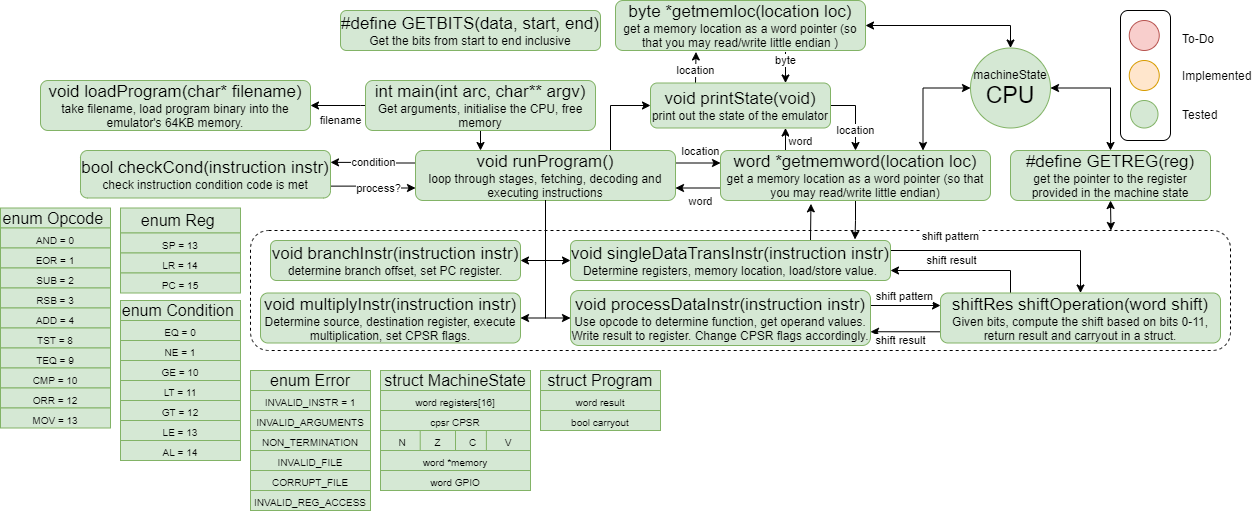
The draw.io diagram doc/img/project status.png in OliverKillane/Arm-11-Group-Project, before a commit. Source tidied: cells renumbered, new cells last; positions are measured from the earlier drawing's top-left corner, leaving out a move shared by most shapes.
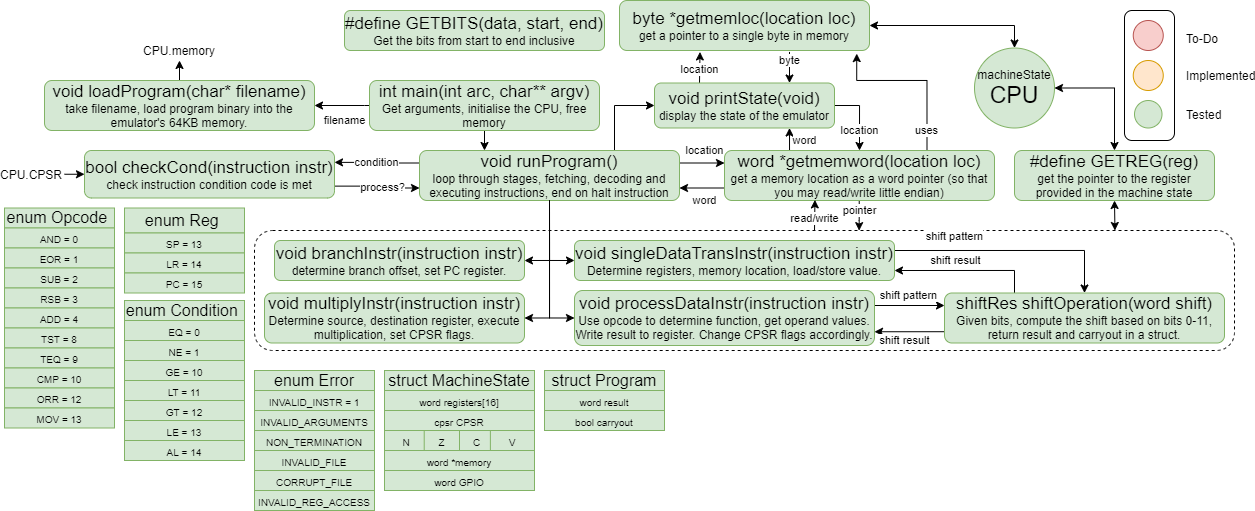
The same diagram one commit later.

Commit message:
Updated diagram, added a new lesson learnt to section 1

The edit, as a diff of the source:
```diff
@@ -18,6 +18,9 @@
     <mxCell id="5" value="&lt;font style=&quot;font-size: 17px&quot;&gt;int main(int arc, char** argv)&lt;/font&gt;&lt;br&gt;Get arguments, initialise the CPU, free memory" style="rounded=1;whiteSpace=wrap;html=1;fillColor=#d5e8d4;strokeColor=#82b366;" parent="1" vertex="1">
       <mxGeometry x="365" y="80" width="230" height="50" as="geometry" />
     </mxCell>
+    <mxCell id="100" style="edgeStyle=orthogonalEdgeStyle;rounded=0;jettySize=auto;html=1;exitX=0.5;exitY=0;exitDx=0;exitDy=0;entryX=0.5;entryY=1;entryDx=0;entryDy=0;align=right;" parent="1" edge="1" source="6" target="104">
+      <mxGeometry relative="1" as="geometry" />
+    </mxCell>
     <mxCell id="6" value="&lt;font style=&quot;font-size: 17px&quot;&gt;void loadProgram(char* filename)&lt;/font&gt;&lt;br&gt;take filename, load program binary into the emulator's 64KB memory." style="rounded=1;whiteSpace=wrap;html=1;fillColor=#d5e8d4;strokeColor=#82b366;" parent="1" vertex="1">
       <mxGeometry x="40" y="80" width="270" height="50" as="geometry" />
     </mxCell>
@@ -32,12 +35,15 @@
         <mxPoint y="1" as="offset" />
       </mxGeometry>
     </mxCell>
-    <mxCell id="10" value="&lt;font style=&quot;font-size: 17px&quot;&gt;void runProgram()&lt;/font&gt;&lt;br&gt;loop through stages, fetching, decoding and executing instructions" style="rounded=1;whiteSpace=wrap;html=1;fillColor=#d5e8d4;strokeColor=#82b366;" parent="1" vertex="1">
+    <mxCell id="10" value="&lt;font style=&quot;font-size: 17px&quot;&gt;void runProgram()&lt;/font&gt;&lt;br&gt;loop through stages, fetching, decoding and executing instructions, end on halt instruction" style="rounded=1;whiteSpace=wrap;html=1;fillColor=#d5e8d4;strokeColor=#82b366;" parent="1" vertex="1">
       <mxGeometry x="415" y="150" width="260" height="50" as="geometry" />
     </mxCell>
     <mxCell id="11" value="process?" style="edgeStyle=orthogonalEdgeStyle;rounded=0;jettySize=auto;html=1;exitX=1;exitY=0.75;exitDx=0;exitDy=0;startArrow=none;startFill=0;entryX=0;entryY=0.75;entryDx=0;entryDy=0;" parent="1" edge="1" source="12" target="10">
       <mxGeometry x="0.15" relative="1" as="geometry" />
     </mxCell>
+    <mxCell id="101" style="edgeStyle=orthogonalEdgeStyle;rounded=0;jettySize=auto;html=1;exitX=0;exitY=0.5;exitDx=0;exitDy=0;entryX=1;entryY=0.5;entryDx=0;entryDy=0;align=right;startArrow=classic;startFill=1;endArrow=none;endFill=0;" parent="1" edge="1" source="12" target="103">
+      <mxGeometry relative="1" as="geometry" />
+    </mxCell>
     <mxCell id="12" value="&lt;font style=&quot;font-size: 17px&quot;&gt;bool checkCond(instruction instr)&lt;/font&gt;&lt;br&gt;check instruction condition code is met" style="rounded=1;whiteSpace=wrap;html=1;fillColor=#d5e8d4;strokeColor=#82b366;" parent="1" vertex="1">
       <mxGeometry x="80" y="150" width="250" height="47.5" as="geometry" />
     </mxCell>
@@ -83,7 +89,7 @@
     <mxCell id="24" value="byte" style="edgeStyle=orthogonalEdgeStyle;rounded=0;jettySize=auto;html=1;exitX=0.75;exitY=0;exitDx=0;exitDy=0;entryX=0.68;entryY=1.029;entryDx=0;entryDy=0;entryPerimeter=0;endArrow=none;endFill=0;startArrow=classic;startFill=1;" parent="1" edge="1" source="25" target="39">
       <mxGeometry x="0.45" relative="1" as="geometry" />
     </mxCell>
-    <mxCell id="25" value="&lt;font style=&quot;font-size: 17px&quot;&gt;void printState(void)&lt;/font&gt;&lt;br&gt;print out the state of the emulator" style="rounded=1;whiteSpace=wrap;html=1;fillColor=#d5e8d4;strokeColor=#82b366;" parent="1" vertex="1">
+    <mxCell id="25" value="&lt;font style=&quot;font-size: 17px&quot;&gt;void printState(void)&lt;/font&gt;&lt;br&gt;display the state of the emulator" style="rounded=1;whiteSpace=wrap;html=1;fillColor=#d5e8d4;strokeColor=#82b366;" parent="1" vertex="1">
       <mxGeometry x="650" y="82.5" width="180" height="45" as="geometry" />
     </mxCell>
     <mxCell id="26" value="&lt;span style=&quot;font-size: 17px&quot;&gt;#define GETBITS(data, start, end)&lt;/span&gt;&lt;br&gt;Get the bits from start to end inclusive" style="rounded=1;whiteSpace=wrap;html=1;fillColor=#d5e8d4;strokeColor=#82b366;" parent="1" vertex="1">
@@ -101,10 +107,9 @@
     <mxCell id="30" value="word" style="edgeStyle=orthogonalEdgeStyle;rounded=0;jettySize=auto;html=1;exitX=0;exitY=0.75;exitDx=0;exitDy=0;entryX=1;entryY=0.75;entryDx=0;entryDy=0;" parent="1" edge="1" source="34" target="10">
       <mxGeometry x="-0.11" y="13" relative="1" as="geometry" />
     </mxCell>
-    <mxCell id="31" style="edgeStyle=orthogonalEdgeStyle;rounded=0;jettySize=auto;html=1;exitX=0.5;exitY=1;exitDx=0;exitDy=0;entryX=0.889;entryY=-0.026;entryDx=0;entryDy=0;entryPerimeter=0;" parent="1" edge="1" source="34" target="42">
-      <mxGeometry relative="1" as="geometry">
+    <mxCell id="31" value="pointer" style="edgeStyle=orthogonalEdgeStyle;rounded=0;jettySize=auto;html=1;exitX=0.499;exitY=1.002;exitDx=0;exitDy=0;entryX=0.617;entryY=0.001;entryDx=0;entryDy=0;entryPerimeter=0;exitPerimeter=0;" parent="1" edge="1" source="34" target="2">
+      <mxGeometry x="-0.34" relative="1" as="geometry">
         <Array as="points">
-          <mxPoint x="855" y="220" />
           <mxPoint x="855" y="220" />
         </Array>
       </mxGeometry>
@@ -112,9 +117,14 @@
     <mxCell id="32" value="word" style="edgeStyle=orthogonalEdgeStyle;rounded=0;jettySize=auto;html=1;exitX=0.25;exitY=0;exitDx=0;exitDy=0;entryX=0.75;entryY=1;entryDx=0;entryDy=0;startArrow=none;startFill=0;endArrow=classic;endFill=1;" parent="1" edge="1" source="34" target="25">
       <mxGeometry y="-15" relative="1" as="geometry" />
     </mxCell>
-    <mxCell id="33" style="edgeStyle=orthogonalEdgeStyle;rounded=0;jettySize=auto;html=1;exitX=0.75;exitY=0;exitDx=0;exitDy=0;entryX=0;entryY=0.5;entryDx=0;entryDy=0;startArrow=classic;startFill=1;endArrow=classic;endFill=1;" parent="1" edge="1" source="34" target="44">
-      <mxGeometry relative="1" as="geometry" />
-    </mxCell>
+    <mxCell id="102" value="uses" style="edgeStyle=orthogonalEdgeStyle;rounded=0;jettySize=auto;html=1;exitX=0.75;exitY=0;exitDx=0;exitDy=0;entryX=0.949;entryY=1.062;entryDx=0;entryDy=0;entryPerimeter=0;" parent="1" edge="1" source="34" target="39">
+      <mxGeometry x="-0.76" relative="1" as="geometry">
+        <Array as="points">
+          <mxPoint x="923" y="80" />
+          <mxPoint x="852" y="80" />
+        </Array>
+      </mxGeometry>
+    </mxCell>
     <mxCell id="34" value="&lt;span style=&quot;font-size: 17px&quot;&gt;word *getmemword(location loc)&lt;/span&gt;&lt;br&gt;get a memory location as a word pointer (so that you may read/write little endian)" style="rounded=1;whiteSpace=wrap;html=1;fillColor=#d5e8d4;strokeColor=#82b366;" parent="1" vertex="1">
       <mxGeometry x="720" y="150" width="270" height="50" as="geometry" />
     </mxCell>
@@ -136,7 +146,7 @@
     <mxCell id="38" style="edgeStyle=orthogonalEdgeStyle;rounded=0;jettySize=auto;html=1;exitX=1;exitY=0.5;exitDx=0;exitDy=0;entryX=0.5;entryY=0;entryDx=0;entryDy=0;startArrow=classic;startFill=1;endArrow=classic;endFill=1;" parent="1" edge="1" source="39" target="44">
       <mxGeometry relative="1" as="geometry" />
     </mxCell>
-    <mxCell id="39" value="&lt;span style=&quot;font-size: 17px&quot;&gt;byte *getmemloc(location loc)&lt;/span&gt;&lt;br&gt;get a memory location as a word pointer (so that you may read/write little endian )" style="rounded=1;whiteSpace=wrap;html=1;fillColor=#d5e8d4;strokeColor=#82b366;" parent="1" vertex="1">
+    <mxCell id="39" value="&lt;span style=&quot;font-size: 17px&quot;&gt;byte *getmemloc(location loc)&lt;/span&gt;&lt;br&gt;get a pointer to a single byte in memory" style="rounded=1;whiteSpace=wrap;html=1;fillColor=#d5e8d4;strokeColor=#82b366;" parent="1" vertex="1">
       <mxGeometry x="615" width="250" height="50" as="geometry" />
     </mxCell>
     <mxCell id="40" style="edgeStyle=orthogonalEdgeStyle;rounded=0;orthogonalLoop=1;jettySize=auto;html=1;exitX=0.5;exitY=1;exitDx=0;exitDy=0;" parent="1" edge="1">
@@ -145,8 +155,10 @@
         <mxPoint x="730" y="460" as="targetPoint" />
       </mxGeometry>
     </mxCell>
-    <mxCell id="41" style="edgeStyle=orthogonalEdgeStyle;rounded=0;jettySize=auto;html=1;exitX=0.75;exitY=0;exitDx=0;exitDy=0;entryX=0.335;entryY=1.067;entryDx=0;entryDy=0;entryPerimeter=0;" parent="1" edge="1" source="42" target="34">
-      <mxGeometry relative="1" as="geometry" />
+    <mxCell id="41" value="read/write" style="edgeStyle=orthogonalEdgeStyle;rounded=0;jettySize=auto;html=1;entryX=0.335;entryY=0.988;entryDx=0;entryDy=0;entryPerimeter=0;" parent="1" edge="1" target="34">
+      <mxGeometry x="-0.23" relative="1" as="geometry">
+        <mxPoint x="810" y="230" as="sourcePoint" />
+      </mxGeometry>
     </mxCell>
     <mxCell id="42" value="&lt;font style=&quot;font-size: 17px&quot;&gt;void singleDataTransInstr(instruction instr)&lt;/font&gt;&lt;br&gt;Determine registers, memory location, load/store value." style="rounded=1;whiteSpace=wrap;html=1;fillColor=#d5e8d4;strokeColor=#82b366;" parent="1" vertex="1">
       <mxGeometry x="570" y="240" width="320" height="40" as="geometry" />
@@ -322,5 +334,11 @@
     <mxCell id="99" value="&lt;font size=&quot;1&quot;&gt;word GPIO&lt;/font&gt;" style="rounded=0;whiteSpace=wrap;html=1;fontSize=16;fillColor=#d5e8d4;strokeColor=#82b366;" parent="90" vertex="1">
       <mxGeometry y="100" width="150" height="20" as="geometry" />
     </mxCell>
+    <mxCell id="103" value="CPU.CPSR" style="text;html=1;strokeColor=none;fillColor=none;align=right;verticalAlign=middle;whiteSpace=wrap;rounded=0;" parent="1" vertex="1">
+      <mxGeometry x="20" y="163.8" width="40" height="20" as="geometry" />
+    </mxCell>
+    <mxCell id="104" value="CPU.memory" style="text;html=1;strokeColor=none;fillColor=none;align=center;verticalAlign=middle;whiteSpace=wrap;rounded=0;" parent="1" vertex="1">
+      <mxGeometry x="155" y="40" width="40" height="20" as="geometry" />
+    </mxCell>
   </root>
 </mxGraphModel>
```
